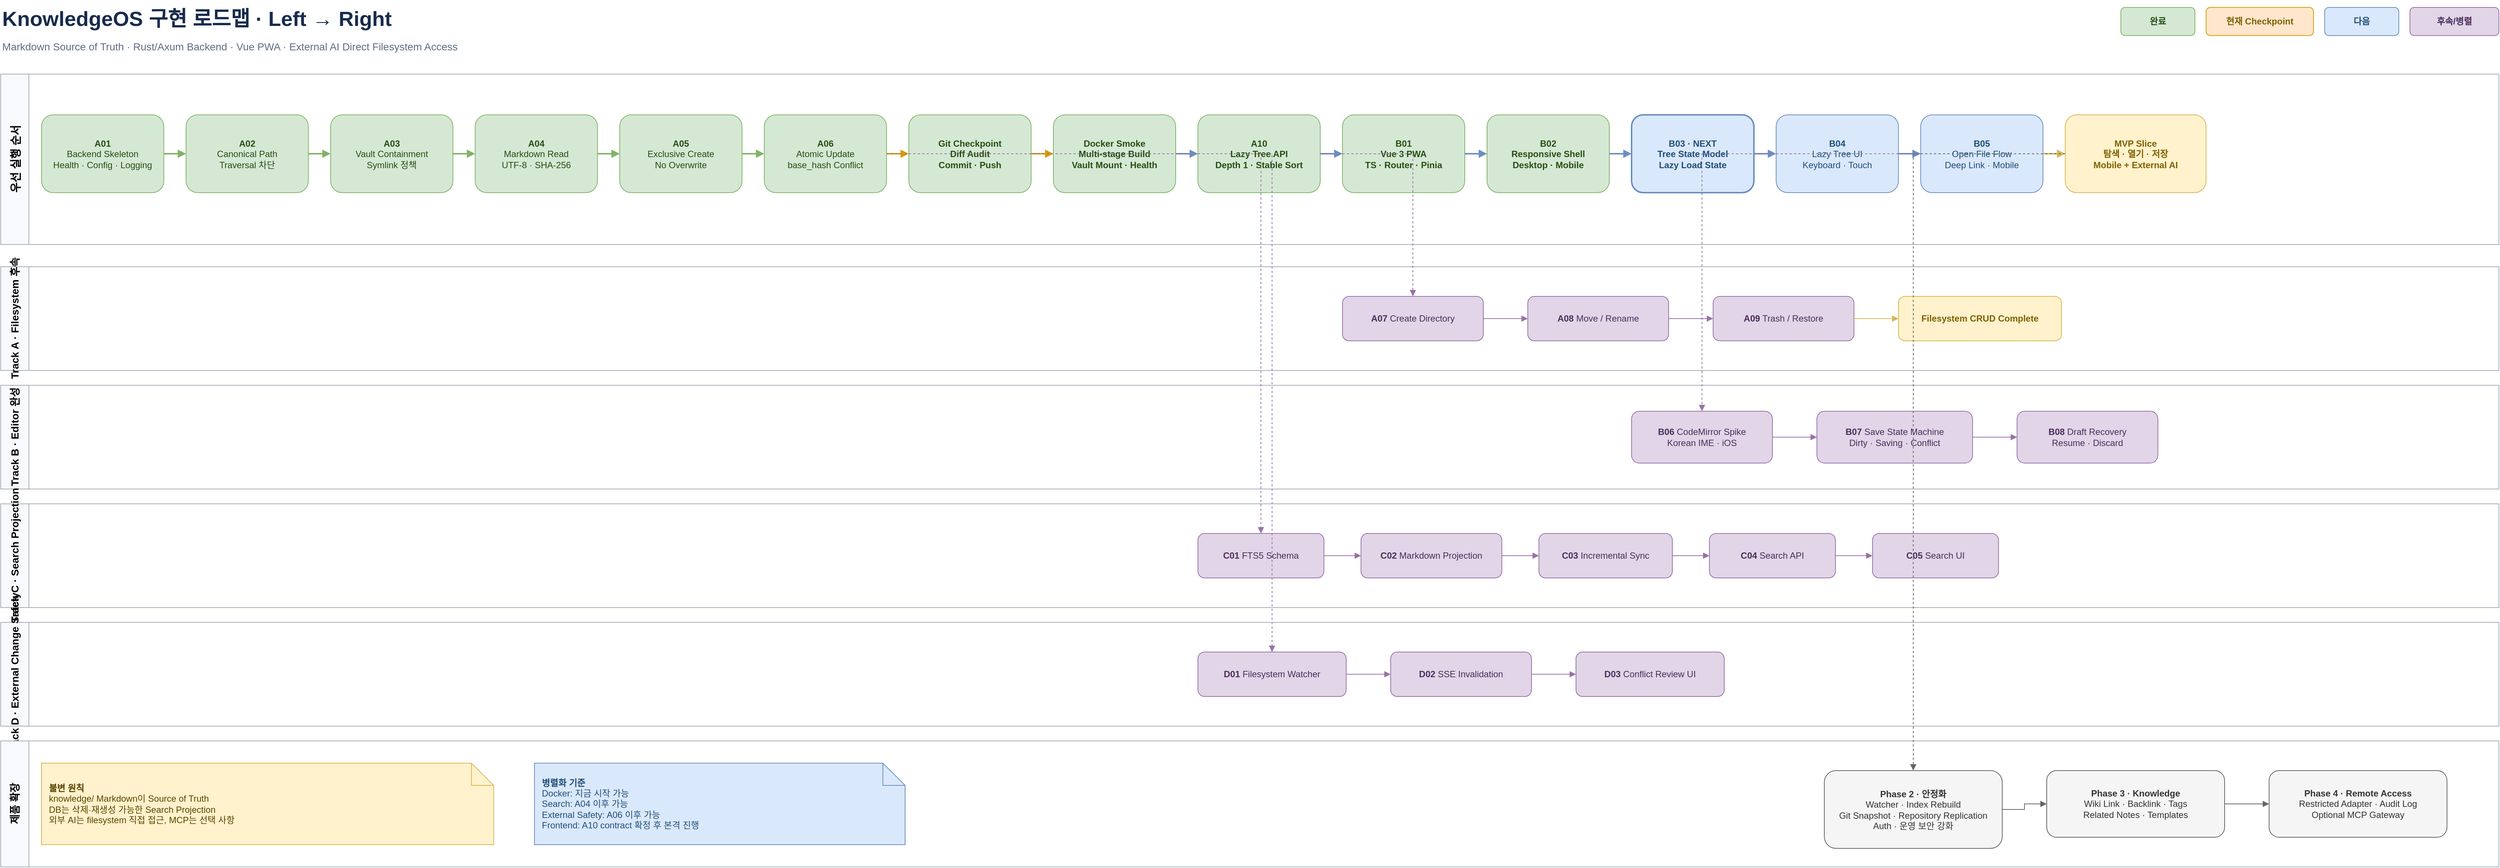
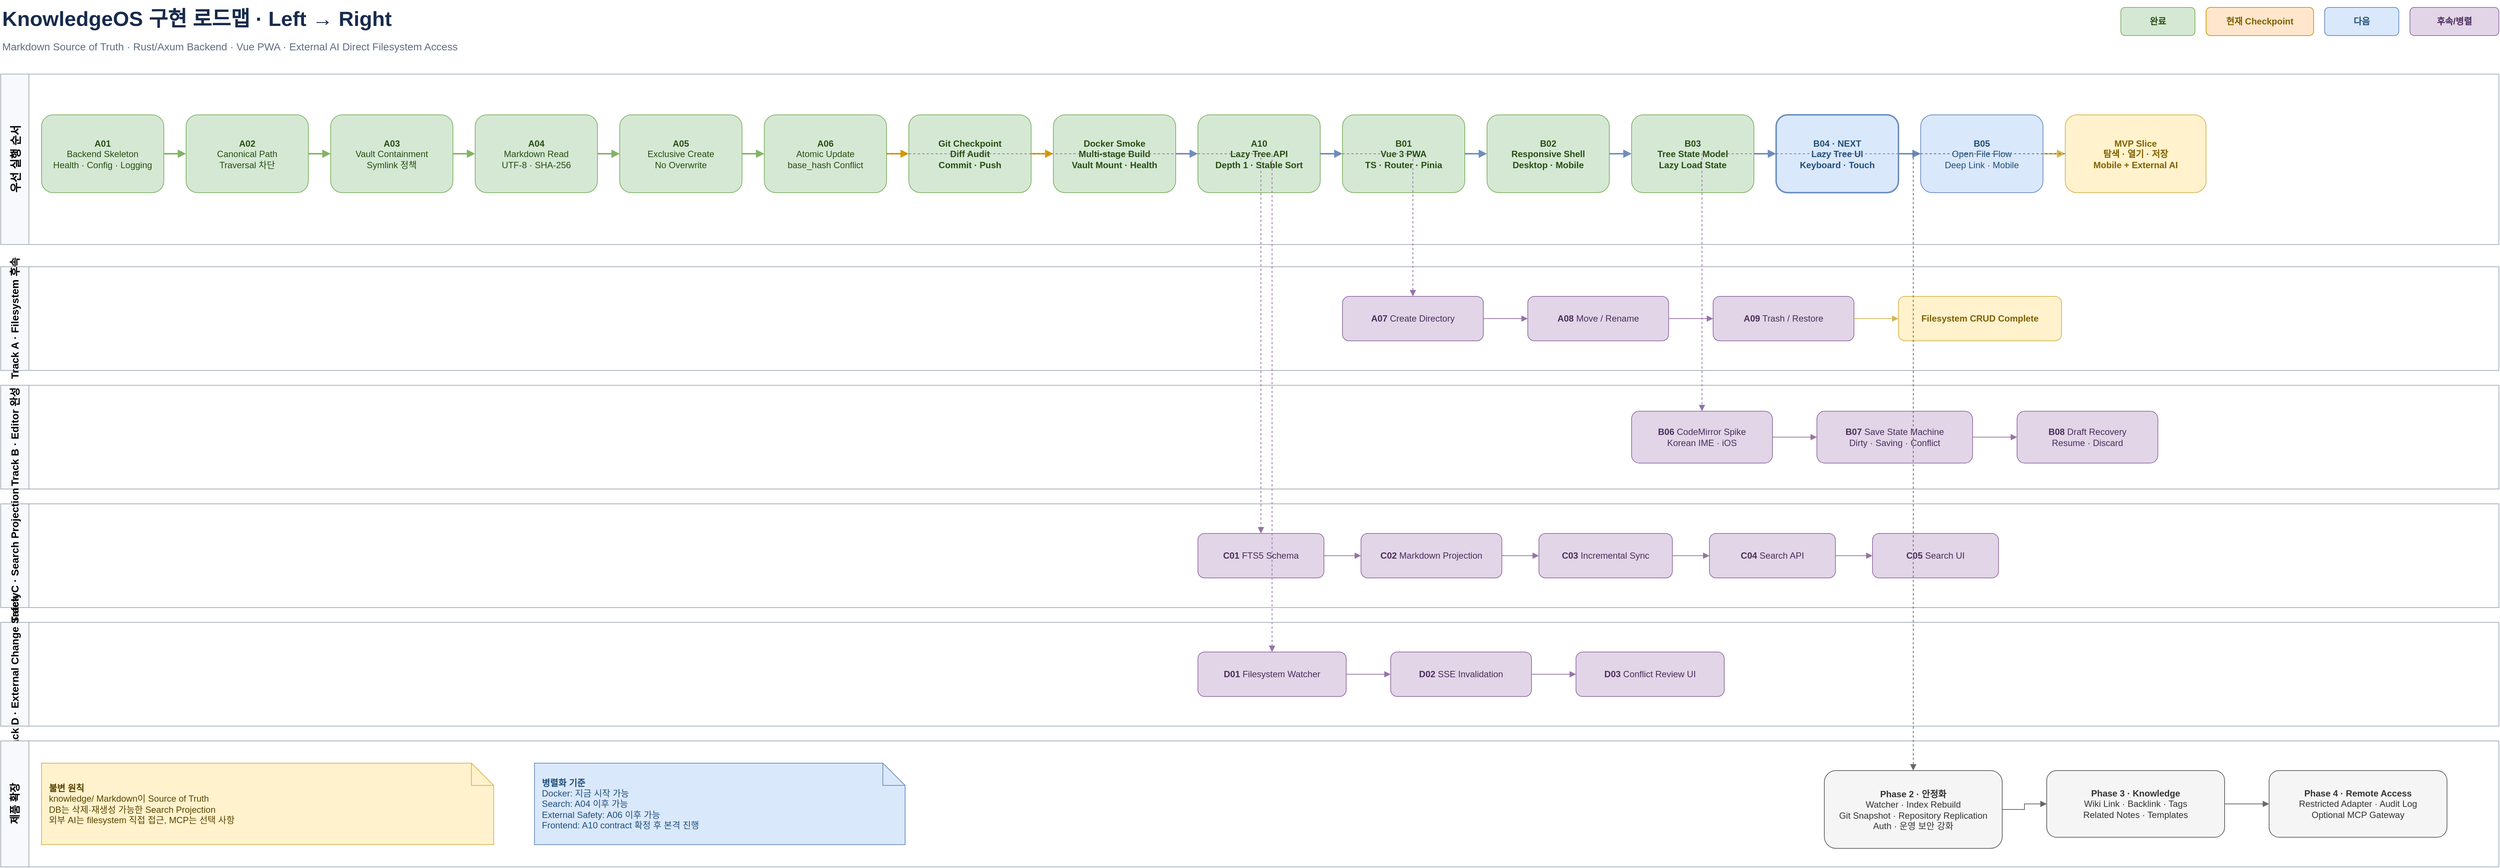
<mxfile host="app.diagrams.net" modified="2026-07-19T00:00:00.000Z" agent="KnowledgeOS" version="26.0.9" type="device">
  <diagram id="knowledgeos-roadmap" name="KnowledgeOS Roadmap">
    <mxGraphModel dx="1600" dy="900" grid="1" gridSize="10" guides="1" tooltips="1" connect="1" arrows="1" fold="1" page="1" pageScale="1" pageWidth="4000" pageHeight="1400" math="0" shadow="0">
      <root>
        <mxCell id="0"/>
        <mxCell id="1" parent="0"/>

        <mxCell id="title" value="KnowledgeOS 구현 로드맵 · Left → Right" style="text;html=1;align=left;verticalAlign=middle;fontSize=28;fontStyle=1;fontColor=#172B4D;" vertex="1" parent="1">
          <mxGeometry x="40" y="20" width="760" height="50" as="geometry"/>
        </mxCell>
        <mxCell id="subtitle" value="Markdown Source of Truth · Rust/Axum Backend · Vue PWA · External AI Direct Filesystem Access" style="text;html=1;align=left;verticalAlign=middle;fontSize=14;fontColor=#5E6C84;" vertex="1" parent="1">
          <mxGeometry x="40" y="68" width="1100" height="30" as="geometry"/>
        </mxCell>

        <mxCell id="legend_done" value="완료" style="rounded=1;whiteSpace=wrap;html=1;fillColor=#D5E8D4;strokeColor=#82B366;fontColor=#274E13;fontStyle=1;" vertex="1" parent="1">
          <mxGeometry x="2900" y="30" width="100" height="38" as="geometry"/>
        </mxCell>
        <mxCell id="legend_now" value="현재 Checkpoint" style="rounded=1;whiteSpace=wrap;html=1;fillColor=#FFE6CC;strokeColor=#D79B00;fontColor=#7F6000;fontStyle=1;" vertex="1" parent="1">
          <mxGeometry x="3015" y="30" width="145" height="38" as="geometry"/>
        </mxCell>
        <mxCell id="legend_next" value="다음" style="rounded=1;whiteSpace=wrap;html=1;fillColor=#DAE8FC;strokeColor=#6C8EBF;fontColor=#1F4E79;fontStyle=1;" vertex="1" parent="1">
          <mxGeometry x="3175" y="30" width="100" height="38" as="geometry"/>
        </mxCell>
        <mxCell id="legend_later" value="후속/병렬" style="rounded=1;whiteSpace=wrap;html=1;fillColor=#E1D5E7;strokeColor=#9673A6;fontColor=#4C2C5B;fontStyle=1;" vertex="1" parent="1">
          <mxGeometry x="3290" y="30" width="120" height="38" as="geometry"/>
        </mxCell>

        <mxCell id="lane_main" value="우선 실행 순서" style="swimlane;html=1;horizontal=0;startSize=38;fillColor=#F7F9FC;swimlaneFillColor=#FFFFFF;strokeColor=#A5ADBA;fontStyle=1;fontSize=15;" vertex="1" parent="1">
          <mxGeometry x="40" y="120" width="3370" height="230" as="geometry"/>
        </mxCell>
        <mxCell id="lane_fs" value="Track A · Filesystem 후속" style="swimlane;html=1;horizontal=0;startSize=38;fillColor=#F7F9FC;swimlaneFillColor=#FFFFFF;strokeColor=#A5ADBA;fontStyle=1;fontSize=14;" vertex="1" parent="1">
          <mxGeometry x="40" y="380" width="3370" height="140" as="geometry"/>
        </mxCell>
        <mxCell id="lane_editor" value="Track B · Editor 완성" style="swimlane;html=1;horizontal=0;startSize=38;fillColor=#F7F9FC;swimlaneFillColor=#FFFFFF;strokeColor=#A5ADBA;fontStyle=1;fontSize=14;" vertex="1" parent="1">
          <mxGeometry x="40" y="540" width="3370" height="140" as="geometry"/>
        </mxCell>
        <mxCell id="lane_search" value="Track C · Search Projection" style="swimlane;html=1;horizontal=0;startSize=38;fillColor=#F7F9FC;swimlaneFillColor=#FFFFFF;strokeColor=#A5ADBA;fontStyle=1;fontSize=14;" vertex="1" parent="1">
          <mxGeometry x="40" y="700" width="3370" height="140" as="geometry"/>
        </mxCell>
        <mxCell id="lane_external" value="Track D · External Change Safety" style="swimlane;html=1;horizontal=0;startSize=38;fillColor=#F7F9FC;swimlaneFillColor=#FFFFFF;strokeColor=#A5ADBA;fontStyle=1;fontSize=14;" vertex="1" parent="1">
          <mxGeometry x="40" y="860" width="3370" height="140" as="geometry"/>
        </mxCell>
        <mxCell id="lane_future" value="제품 확장" style="swimlane;html=1;horizontal=0;startSize=38;fillColor=#F7F9FC;swimlaneFillColor=#FFFFFF;strokeColor=#A5ADBA;fontStyle=1;fontSize=14;" vertex="1" parent="1">
          <mxGeometry x="40" y="1020" width="3370" height="170" as="geometry"/>
        </mxCell>

        <mxCell id="a01" value="&lt;b&gt;A01&lt;/b&gt;&#xa;Backend Skeleton&#xa;Health · Config · Logging" style="rounded=1;whiteSpace=wrap;html=1;fillColor=#D5E8D4;strokeColor=#82B366;fontColor=#274E13;" vertex="1" parent="1"><mxGeometry x="95" y="175" width="165" height="105" as="geometry"/></mxCell>
        <mxCell id="a02" value="&lt;b&gt;A02&lt;/b&gt;&#xa;Canonical Path&#xa;Traversal 차단" style="rounded=1;whiteSpace=wrap;html=1;fillColor=#D5E8D4;strokeColor=#82B366;fontColor=#274E13;" vertex="1" parent="1"><mxGeometry x="290" y="175" width="165" height="105" as="geometry"/></mxCell>
        <mxCell id="a03" value="&lt;b&gt;A03&lt;/b&gt;&#xa;Vault Containment&#xa;Symlink 정책" style="rounded=1;whiteSpace=wrap;html=1;fillColor=#D5E8D4;strokeColor=#82B366;fontColor=#274E13;" vertex="1" parent="1"><mxGeometry x="485" y="175" width="165" height="105" as="geometry"/></mxCell>
        <mxCell id="a04" value="&lt;b&gt;A04&lt;/b&gt;&#xa;Markdown Read&#xa;UTF-8 · SHA-256" style="rounded=1;whiteSpace=wrap;html=1;fillColor=#D5E8D4;strokeColor=#82B366;fontColor=#274E13;" vertex="1" parent="1"><mxGeometry x="680" y="175" width="165" height="105" as="geometry"/></mxCell>
        <mxCell id="a05" value="&lt;b&gt;A05&lt;/b&gt;&#xa;Exclusive Create&#xa;No Overwrite" style="rounded=1;whiteSpace=wrap;html=1;fillColor=#D5E8D4;strokeColor=#82B366;fontColor=#274E13;" vertex="1" parent="1"><mxGeometry x="875" y="175" width="165" height="105" as="geometry"/></mxCell>
        <mxCell id="a06" value="&lt;b&gt;A06&lt;/b&gt;&#xa;Atomic Update&#xa;base_hash Conflict" style="rounded=1;whiteSpace=wrap;html=1;fillColor=#D5E8D4;strokeColor=#82B366;fontColor=#274E13;" vertex="1" parent="1"><mxGeometry x="1070" y="175" width="165" height="105" as="geometry"/></mxCell>
        <mxCell id="git_checkpoint" value="&lt;b&gt;Git Checkpoint&lt;/b&gt;&#xa;Diff Audit&#xa;Commit · Push" style="rounded=1;whiteSpace=wrap;html=1;fillColor=#D5E8D4;strokeColor=#82B366;fontColor=#274E13;fontStyle=1;" vertex="1" parent="1"><mxGeometry x="1265" y="175" width="165" height="105" as="geometry"/></mxCell>
        <mxCell id="docker" value="&lt;b&gt;Docker Smoke&lt;/b&gt;&#xa;Multi-stage Build&#xa;Vault Mount · Health" style="rounded=1;whiteSpace=wrap;html=1;fillColor=#D5E8D4;strokeColor=#82B366;fontColor=#274E13;fontStyle=1;" vertex="1" parent="1"><mxGeometry x="1460" y="175" width="165" height="105" as="geometry"/></mxCell>
        <mxCell id="a10" value="&lt;b&gt;A10&lt;/b&gt;&#xa;Lazy Tree API&#xa;Depth 1 · Stable Sort" style="rounded=1;whiteSpace=wrap;html=1;fillColor=#D5E8D4;strokeColor=#82B366;fontColor=#274E13;fontStyle=1;" vertex="1" parent="1"><mxGeometry x="1655" y="175" width="165" height="105" as="geometry"/></mxCell>
        <mxCell id="b01" value="&lt;b&gt;B01&lt;/b&gt;&#xa;Vue 3 PWA&#xa;TS · Router · Pinia" style="rounded=1;whiteSpace=wrap;html=1;fillColor=#D5E8D4;strokeColor=#82B366;fontColor=#274E13;fontStyle=1;" vertex="1" parent="1"><mxGeometry x="1850" y="175" width="165" height="105" as="geometry"/></mxCell>
        <mxCell id="b02" value="&lt;b&gt;B02&lt;/b&gt;&#xa;Responsive Shell&#xa;Desktop · Mobile" style="rounded=1;whiteSpace=wrap;html=1;fillColor=#D5E8D4;strokeColor=#82B366;fontColor=#274E13;fontStyle=1;" vertex="1" parent="1"><mxGeometry x="2045" y="175" width="165" height="105" as="geometry"/></mxCell>
-         <mxCell id="b03" value="&lt;b&gt;B03 · NEXT&lt;/b&gt;&#xa;Tree State Model&#xa;Lazy Load State" style="rounded=1;whiteSpace=wrap;html=1;fillColor=#DAE8FC;strokeColor=#6C8EBF;fontColor=#1F4E79;fontStyle=1;strokeWidth=2;" vertex="1" parent="1"><mxGeometry x="2240" y="175" width="165" height="105" as="geometry"/></mxCell>
-         <mxCell id="b04" value="&lt;b&gt;B04&lt;/b&gt;&#xa;Lazy Tree UI&#xa;Keyboard · Touch" style="rounded=1;whiteSpace=wrap;html=1;fillColor=#DAE8FC;strokeColor=#6C8EBF;fontColor=#1F4E79;" vertex="1" parent="1"><mxGeometry x="2435" y="175" width="165" height="105" as="geometry"/></mxCell>
+         <mxCell id="b03" value="&lt;b&gt;B03&lt;/b&gt;&#xa;Tree State Model&#xa;Lazy Load State" style="rounded=1;whiteSpace=wrap;html=1;fillColor=#D5E8D4;strokeColor=#82B366;fontColor=#274E13;fontStyle=1;" vertex="1" parent="1"><mxGeometry x="2240" y="175" width="165" height="105" as="geometry"/></mxCell>
+         <mxCell id="b04" value="&lt;b&gt;B04 · NEXT&lt;/b&gt;&#xa;Lazy Tree UI&#xa;Keyboard · Touch" style="rounded=1;whiteSpace=wrap;html=1;fillColor=#DAE8FC;strokeColor=#6C8EBF;fontColor=#1F4E79;fontStyle=1;strokeWidth=2;" vertex="1" parent="1"><mxGeometry x="2435" y="175" width="165" height="105" as="geometry"/></mxCell>
        <mxCell id="b05" value="&lt;b&gt;B05&lt;/b&gt;&#xa;Open File Flow&#xa;Deep Link · Mobile" style="rounded=1;whiteSpace=wrap;html=1;fillColor=#DAE8FC;strokeColor=#6C8EBF;fontColor=#1F4E79;" vertex="1" parent="1"><mxGeometry x="2630" y="175" width="165" height="105" as="geometry"/></mxCell>
        <mxCell id="mvp_slice" value="&lt;b&gt;MVP Slice&lt;/b&gt;&#xa;탐색 · 열기 · 저장&#xa;Mobile + External AI" style="rounded=1;whiteSpace=wrap;html=1;fillColor=#FFF2CC;strokeColor=#D6B656;fontColor=#7F6000;fontStyle=1;" vertex="1" parent="1"><mxGeometry x="2825" y="175" width="190" height="105" as="geometry"/></mxCell>

        <mxCell id="a07" value="&lt;b&gt;A07&lt;/b&gt; Create Directory" style="rounded=1;whiteSpace=wrap;html=1;fillColor=#E1D5E7;strokeColor=#9673A6;fontColor=#4C2C5B;" vertex="1" parent="1"><mxGeometry x="1850" y="420" width="190" height="60" as="geometry"/></mxCell>
        <mxCell id="a08" value="&lt;b&gt;A08&lt;/b&gt; Move / Rename" style="rounded=1;whiteSpace=wrap;html=1;fillColor=#E1D5E7;strokeColor=#9673A6;fontColor=#4C2C5B;" vertex="1" parent="1"><mxGeometry x="2100" y="420" width="190" height="60" as="geometry"/></mxCell>
        <mxCell id="a09" value="&lt;b&gt;A09&lt;/b&gt; Trash / Restore" style="rounded=1;whiteSpace=wrap;html=1;fillColor=#E1D5E7;strokeColor=#9673A6;fontColor=#4C2C5B;" vertex="1" parent="1"><mxGeometry x="2350" y="420" width="190" height="60" as="geometry"/></mxCell>
        <mxCell id="fs_complete" value="Filesystem CRUD Complete" style="rounded=1;whiteSpace=wrap;html=1;fillColor=#FFF2CC;strokeColor=#D6B656;fontColor=#7F6000;fontStyle=1;" vertex="1" parent="1"><mxGeometry x="2600" y="420" width="220" height="60" as="geometry"/></mxCell>

        <mxCell id="b06" value="&lt;b&gt;B06&lt;/b&gt; CodeMirror Spike&#xa;Korean IME · iOS" style="rounded=1;whiteSpace=wrap;html=1;fillColor=#E1D5E7;strokeColor=#9673A6;fontColor=#4C2C5B;" vertex="1" parent="1"><mxGeometry x="2240" y="575" width="190" height="70" as="geometry"/></mxCell>
        <mxCell id="b07" value="&lt;b&gt;B07&lt;/b&gt; Save State Machine&#xa;Dirty · Saving · Conflict" style="rounded=1;whiteSpace=wrap;html=1;fillColor=#E1D5E7;strokeColor=#9673A6;fontColor=#4C2C5B;" vertex="1" parent="1"><mxGeometry x="2490" y="575" width="210" height="70" as="geometry"/></mxCell>
        <mxCell id="b08" value="&lt;b&gt;B08&lt;/b&gt; Draft Recovery&#xa;Resume · Discard" style="rounded=1;whiteSpace=wrap;html=1;fillColor=#E1D5E7;strokeColor=#9673A6;fontColor=#4C2C5B;" vertex="1" parent="1"><mxGeometry x="2760" y="575" width="190" height="70" as="geometry"/></mxCell>

        <mxCell id="c01" value="&lt;b&gt;C01&lt;/b&gt; FTS5 Schema" style="rounded=1;whiteSpace=wrap;html=1;fillColor=#E1D5E7;strokeColor=#9673A6;fontColor=#4C2C5B;" vertex="1" parent="1"><mxGeometry x="1655" y="740" width="170" height="60" as="geometry"/></mxCell>
        <mxCell id="c02" value="&lt;b&gt;C02&lt;/b&gt; Markdown Projection" style="rounded=1;whiteSpace=wrap;html=1;fillColor=#E1D5E7;strokeColor=#9673A6;fontColor=#4C2C5B;" vertex="1" parent="1"><mxGeometry x="1875" y="740" width="190" height="60" as="geometry"/></mxCell>
        <mxCell id="c03" value="&lt;b&gt;C03&lt;/b&gt; Incremental Sync" style="rounded=1;whiteSpace=wrap;html=1;fillColor=#E1D5E7;strokeColor=#9673A6;fontColor=#4C2C5B;" vertex="1" parent="1"><mxGeometry x="2115" y="740" width="180" height="60" as="geometry"/></mxCell>
        <mxCell id="c04" value="&lt;b&gt;C04&lt;/b&gt; Search API" style="rounded=1;whiteSpace=wrap;html=1;fillColor=#E1D5E7;strokeColor=#9673A6;fontColor=#4C2C5B;" vertex="1" parent="1"><mxGeometry x="2345" y="740" width="170" height="60" as="geometry"/></mxCell>
        <mxCell id="c05" value="&lt;b&gt;C05&lt;/b&gt; Search UI" style="rounded=1;whiteSpace=wrap;html=1;fillColor=#E1D5E7;strokeColor=#9673A6;fontColor=#4C2C5B;" vertex="1" parent="1"><mxGeometry x="2565" y="740" width="170" height="60" as="geometry"/></mxCell>

        <mxCell id="d01" value="&lt;b&gt;D01&lt;/b&gt; Filesystem Watcher" style="rounded=1;whiteSpace=wrap;html=1;fillColor=#E1D5E7;strokeColor=#9673A6;fontColor=#4C2C5B;" vertex="1" parent="1"><mxGeometry x="1655" y="900" width="200" height="60" as="geometry"/></mxCell>
        <mxCell id="d02" value="&lt;b&gt;D02&lt;/b&gt; SSE Invalidation" style="rounded=1;whiteSpace=wrap;html=1;fillColor=#E1D5E7;strokeColor=#9673A6;fontColor=#4C2C5B;" vertex="1" parent="1"><mxGeometry x="1915" y="900" width="190" height="60" as="geometry"/></mxCell>
        <mxCell id="d03" value="&lt;b&gt;D03&lt;/b&gt; Conflict Review UI" style="rounded=1;whiteSpace=wrap;html=1;fillColor=#E1D5E7;strokeColor=#9673A6;fontColor=#4C2C5B;" vertex="1" parent="1"><mxGeometry x="2165" y="900" width="200" height="60" as="geometry"/></mxCell>

        <mxCell id="phase2" value="&lt;b&gt;Phase 2 · 안정화&lt;/b&gt;&#xa;Watcher · Index Rebuild&#xa;Git Snapshot · Repository Replication&#xa;Auth · 운영 보안 강화" style="rounded=1;whiteSpace=wrap;html=1;fillColor=#F5F5F5;strokeColor=#666666;fontColor=#333333;" vertex="1" parent="1"><mxGeometry x="2500" y="1060" width="240" height="105" as="geometry"/></mxCell>
        <mxCell id="phase3" value="&lt;b&gt;Phase 3 · Knowledge&lt;/b&gt;&#xa;Wiki Link · Backlink · Tags&#xa;Related Notes · Templates" style="rounded=1;whiteSpace=wrap;html=1;fillColor=#F5F5F5;strokeColor=#666666;fontColor=#333333;" vertex="1" parent="1"><mxGeometry x="2800" y="1060" width="240" height="90" as="geometry"/></mxCell>
        <mxCell id="phase4" value="&lt;b&gt;Phase 4 · Remote Access&lt;/b&gt;&#xa;Restricted Adapter · Audit Log&#xa;Optional MCP Gateway" style="rounded=1;whiteSpace=wrap;html=1;fillColor=#F5F5F5;strokeColor=#666666;fontColor=#333333;" vertex="1" parent="1"><mxGeometry x="3100" y="1060" width="240" height="90" as="geometry"/></mxCell>

        <mxCell id="note_source" value="&lt;b&gt;불변 원칙&lt;/b&gt;&#xa;knowledge/ Markdown이 Source of Truth&#xa;DB는 삭제·재생성 가능한 Search Projection&#xa;외부 AI는 filesystem 직접 접근, MCP는 선택 사항" style="shape=note;whiteSpace=wrap;html=1;fillColor=#FFF2CC;strokeColor=#D6B656;fontColor=#594300;align=left;spacing=10;" vertex="1" parent="1"><mxGeometry x="95" y="1050" width="610" height="110" as="geometry"/></mxCell>
        <mxCell id="note_parallel" value="&lt;b&gt;병렬화 기준&lt;/b&gt;&#xa;Docker: 지금 시작 가능&#xa;Search: A04 이후 가능&#xa;External Safety: A06 이후 가능&#xa;Frontend: A10 contract 확정 후 본격 진행" style="shape=note;whiteSpace=wrap;html=1;fillColor=#DAE8FC;strokeColor=#6C8EBF;fontColor=#1F4E79;align=left;spacing=10;" vertex="1" parent="1"><mxGeometry x="760" y="1050" width="500" height="110" as="geometry"/></mxCell>

        <mxCell id="e_a01_a02" style="edgeStyle=orthogonalEdgeStyle;rounded=0;orthogonalLoop=1;jettySize=auto;html=1;endArrow=block;strokeColor=#82B366;strokeWidth=2;" edge="1" parent="1" source="a01" target="a02"><mxGeometry relative="1" as="geometry"/></mxCell>
        <mxCell id="e_a02_a03" style="edgeStyle=orthogonalEdgeStyle;rounded=0;orthogonalLoop=1;jettySize=auto;html=1;endArrow=block;strokeColor=#82B366;strokeWidth=2;" edge="1" parent="1" source="a02" target="a03"><mxGeometry relative="1" as="geometry"/></mxCell>
        <mxCell id="e_a03_a04" style="edgeStyle=orthogonalEdgeStyle;rounded=0;orthogonalLoop=1;jettySize=auto;html=1;endArrow=block;strokeColor=#82B366;strokeWidth=2;" edge="1" parent="1" source="a03" target="a04"><mxGeometry relative="1" as="geometry"/></mxCell>
        <mxCell id="e_a04_a05" style="edgeStyle=orthogonalEdgeStyle;rounded=0;orthogonalLoop=1;jettySize=auto;html=1;endArrow=block;strokeColor=#82B366;strokeWidth=2;" edge="1" parent="1" source="a04" target="a05"><mxGeometry relative="1" as="geometry"/></mxCell>
        <mxCell id="e_a05_a06" style="edgeStyle=orthogonalEdgeStyle;rounded=0;orthogonalLoop=1;jettySize=auto;html=1;endArrow=block;strokeColor=#82B366;strokeWidth=2;" edge="1" parent="1" source="a05" target="a06"><mxGeometry relative="1" as="geometry"/></mxCell>
        <mxCell id="e_a06_git" style="edgeStyle=orthogonalEdgeStyle;rounded=0;orthogonalLoop=1;jettySize=auto;html=1;endArrow=block;strokeColor=#D79B00;strokeWidth=2;" edge="1" parent="1" source="a06" target="git_checkpoint"><mxGeometry relative="1" as="geometry"/></mxCell>
        <mxCell id="e_git_docker" style="edgeStyle=orthogonalEdgeStyle;rounded=0;orthogonalLoop=1;jettySize=auto;html=1;endArrow=block;strokeColor=#D79B00;strokeWidth=2;" edge="1" parent="1" source="git_checkpoint" target="docker"><mxGeometry relative="1" as="geometry"/></mxCell>
        <mxCell id="e_docker_a10" style="edgeStyle=orthogonalEdgeStyle;rounded=0;orthogonalLoop=1;jettySize=auto;html=1;endArrow=block;strokeColor=#6C8EBF;strokeWidth=2;" edge="1" parent="1" source="docker" target="a10"><mxGeometry relative="1" as="geometry"/></mxCell>
        <mxCell id="e_a10_b01" style="edgeStyle=orthogonalEdgeStyle;rounded=0;orthogonalLoop=1;jettySize=auto;html=1;endArrow=block;strokeColor=#6C8EBF;strokeWidth=2;" edge="1" parent="1" source="a10" target="b01"><mxGeometry relative="1" as="geometry"/></mxCell>
        <mxCell id="e_b01_b02" style="edgeStyle=orthogonalEdgeStyle;rounded=0;orthogonalLoop=1;jettySize=auto;html=1;endArrow=block;strokeColor=#6C8EBF;strokeWidth=2;" edge="1" parent="1" source="b01" target="b02"><mxGeometry relative="1" as="geometry"/></mxCell>
        <mxCell id="e_b02_b03" style="edgeStyle=orthogonalEdgeStyle;rounded=0;orthogonalLoop=1;jettySize=auto;html=1;endArrow=block;strokeColor=#6C8EBF;strokeWidth=2;" edge="1" parent="1" source="b02" target="b03"><mxGeometry relative="1" as="geometry"/></mxCell>
        <mxCell id="e_b03_b04" style="edgeStyle=orthogonalEdgeStyle;rounded=0;orthogonalLoop=1;jettySize=auto;html=1;endArrow=block;strokeColor=#6C8EBF;strokeWidth=2;" edge="1" parent="1" source="b03" target="b04"><mxGeometry relative="1" as="geometry"/></mxCell>
        <mxCell id="e_b04_b05" style="edgeStyle=orthogonalEdgeStyle;rounded=0;orthogonalLoop=1;jettySize=auto;html=1;endArrow=block;strokeColor=#6C8EBF;strokeWidth=2;" edge="1" parent="1" source="b04" target="b05"><mxGeometry relative="1" as="geometry"/></mxCell>
        <mxCell id="e_b05_mvp" style="edgeStyle=orthogonalEdgeStyle;rounded=0;orthogonalLoop=1;jettySize=auto;html=1;endArrow=block;strokeColor=#D6B656;strokeWidth=2;" edge="1" parent="1" source="b05" target="mvp_slice"><mxGeometry relative="1" as="geometry"/></mxCell>

        <mxCell id="e_a10_a07" style="edgeStyle=orthogonalEdgeStyle;rounded=0;orthogonalLoop=1;jettySize=auto;html=1;endArrow=block;dashed=1;strokeColor=#9673A6;" edge="1" parent="1" source="a10" target="a07"><mxGeometry relative="1" as="geometry"/></mxCell>
        <mxCell id="e_a07_a08" style="edgeStyle=orthogonalEdgeStyle;rounded=0;html=1;endArrow=block;strokeColor=#9673A6;" edge="1" parent="1" source="a07" target="a08"><mxGeometry relative="1" as="geometry"/></mxCell>
        <mxCell id="e_a08_a09" style="edgeStyle=orthogonalEdgeStyle;rounded=0;html=1;endArrow=block;strokeColor=#9673A6;" edge="1" parent="1" source="a08" target="a09"><mxGeometry relative="1" as="geometry"/></mxCell>
        <mxCell id="e_a09_fs" style="edgeStyle=orthogonalEdgeStyle;rounded=0;html=1;endArrow=block;strokeColor=#D6B656;" edge="1" parent="1" source="a09" target="fs_complete"><mxGeometry relative="1" as="geometry"/></mxCell>

        <mxCell id="e_b05_b06" style="edgeStyle=orthogonalEdgeStyle;rounded=0;html=1;endArrow=block;dashed=1;strokeColor=#9673A6;" edge="1" parent="1" source="b05" target="b06"><mxGeometry relative="1" as="geometry"/></mxCell>
        <mxCell id="e_b06_b07" style="edgeStyle=orthogonalEdgeStyle;rounded=0;html=1;endArrow=block;strokeColor=#9673A6;" edge="1" parent="1" source="b06" target="b07"><mxGeometry relative="1" as="geometry"/></mxCell>
        <mxCell id="e_b07_b08" style="edgeStyle=orthogonalEdgeStyle;rounded=0;html=1;endArrow=block;strokeColor=#9673A6;" edge="1" parent="1" source="b07" target="b08"><mxGeometry relative="1" as="geometry"/></mxCell>

        <mxCell id="e_docker_c01" style="edgeStyle=orthogonalEdgeStyle;rounded=0;html=1;endArrow=block;dashed=1;strokeColor=#9673A6;" edge="1" parent="1" source="docker" target="c01"><mxGeometry relative="1" as="geometry"/></mxCell>
        <mxCell id="e_c01_c02" style="edgeStyle=orthogonalEdgeStyle;rounded=0;html=1;endArrow=block;strokeColor=#9673A6;" edge="1" parent="1" source="c01" target="c02"><mxGeometry relative="1" as="geometry"/></mxCell>
        <mxCell id="e_c02_c03" style="edgeStyle=orthogonalEdgeStyle;rounded=0;html=1;endArrow=block;strokeColor=#9673A6;" edge="1" parent="1" source="c02" target="c03"><mxGeometry relative="1" as="geometry"/></mxCell>
        <mxCell id="e_c03_c04" style="edgeStyle=orthogonalEdgeStyle;rounded=0;html=1;endArrow=block;strokeColor=#9673A6;" edge="1" parent="1" source="c03" target="c04"><mxGeometry relative="1" as="geometry"/></mxCell>
        <mxCell id="e_c04_c05" style="edgeStyle=orthogonalEdgeStyle;rounded=0;html=1;endArrow=block;strokeColor=#9673A6;" edge="1" parent="1" source="c04" target="c05"><mxGeometry relative="1" as="geometry"/></mxCell>

        <mxCell id="e_a06_d01" style="edgeStyle=orthogonalEdgeStyle;rounded=0;html=1;endArrow=block;dashed=1;strokeColor=#9673A6;" edge="1" parent="1" source="a06" target="d01"><mxGeometry relative="1" as="geometry"/></mxCell>
        <mxCell id="e_d01_d02" style="edgeStyle=orthogonalEdgeStyle;rounded=0;html=1;endArrow=block;strokeColor=#9673A6;" edge="1" parent="1" source="d01" target="d02"><mxGeometry relative="1" as="geometry"/></mxCell>
        <mxCell id="e_d02_d03" style="edgeStyle=orthogonalEdgeStyle;rounded=0;html=1;endArrow=block;strokeColor=#9673A6;" edge="1" parent="1" source="d02" target="d03"><mxGeometry relative="1" as="geometry"/></mxCell>

        <mxCell id="e_mvp_phase2" style="edgeStyle=orthogonalEdgeStyle;rounded=0;html=1;endArrow=block;dashed=1;strokeColor=#666666;" edge="1" parent="1" source="mvp_slice" target="phase2"><mxGeometry relative="1" as="geometry"/></mxCell>
        <mxCell id="e_phase2_phase3" style="edgeStyle=orthogonalEdgeStyle;rounded=0;html=1;endArrow=block;strokeColor=#666666;" edge="1" parent="1" source="phase2" target="phase3"><mxGeometry relative="1" as="geometry"/></mxCell>
        <mxCell id="e_phase3_phase4" style="edgeStyle=orthogonalEdgeStyle;rounded=0;html=1;endArrow=block;strokeColor=#666666;" edge="1" parent="1" source="phase3" target="phase4"><mxGeometry relative="1" as="geometry"/></mxCell>
      </root>
    </mxGraphModel>
  </diagram>
</mxfile>
